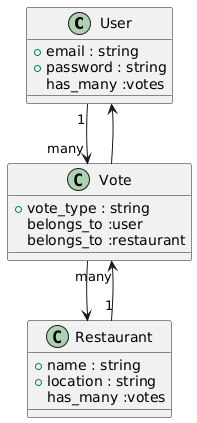
Earlier version of the PlantUML export uml.png (khashayar-h/SplitTheCheck).
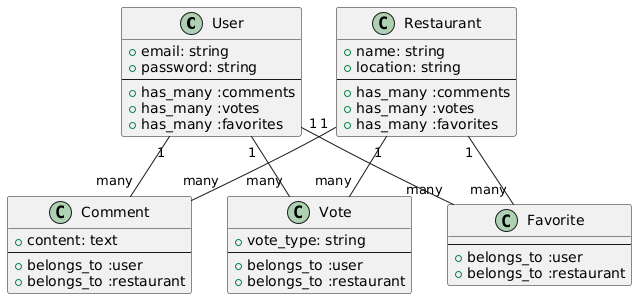
Later version of the same file.

Commit message:
updated state and class diagrams

Diff of the diagram source:
```diff
@@ -1,24 +1,47 @@
 @startuml
 class User {
-  +email : string
-  +password : string
-  has_many :votes
+  +email: string
+  +password: string
+  --
+  +has_many :comments
+  +has_many :votes
+  +has_many :favorites
 }
 
 class Restaurant {
-  +name : string
-  +location : string
-  has_many :votes
+  +name: string
+  +location: string
+  --
+  +has_many :comments
+  +has_many :votes
+  +has_many :favorites
+}
+
+class Comment {
+  +content: text
+  --
+  +belongs_to :user
+  +belongs_to :restaurant
 }
 
 class Vote {
-  +vote_type : string
-  belongs_to :user
-  belongs_to :restaurant
+  +vote_type: string
+  --
+  +belongs_to :user
+  +belongs_to :restaurant
 }
 
-User "1" --> "many" Vote
-Restaurant "1" --> "many" Vote
-Vote --> User
-Vote --> Restaurant
+class Favorite {
+  --
+  +belongs_to :user
+  +belongs_to :restaurant
+}
+
+User "1" -- "many" Comment
+User "1" -- "many" Vote
+User "1" -- "many" Favorite
+
+Restaurant "1" -- "many" Comment
+Restaurant "1" -- "many" Vote
+Restaurant "1" -- "many" Favorite
 @enduml
```
